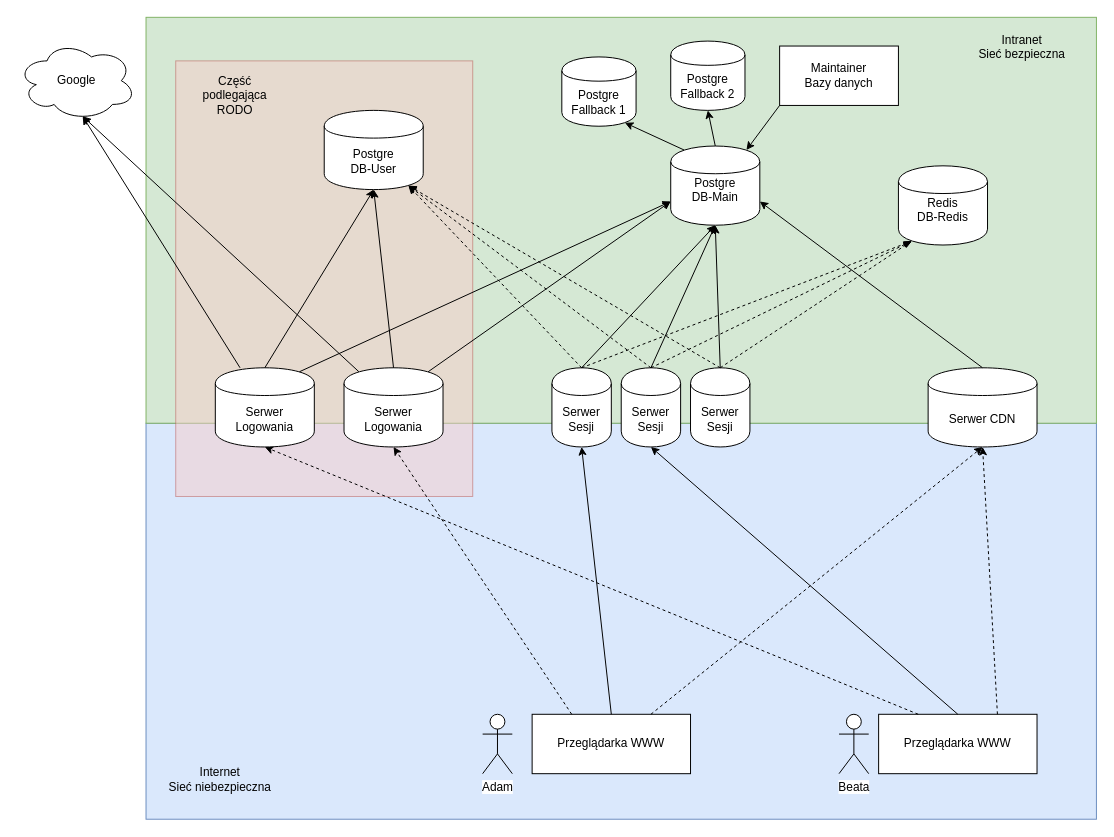
Before: page "Główna" (1 of 4) of docs/architecture.drawio in kacperwnuk/Chat, a draw.io diagram. Source tidied: cells renumbered, new cells numbered last; positions are measured from the earlier drawing's top-left corner, leaving out a move shared by most shapes. Both pictures are drawn from the tidied source at 99%, with x=0, y=0 at pixel (17, 17).
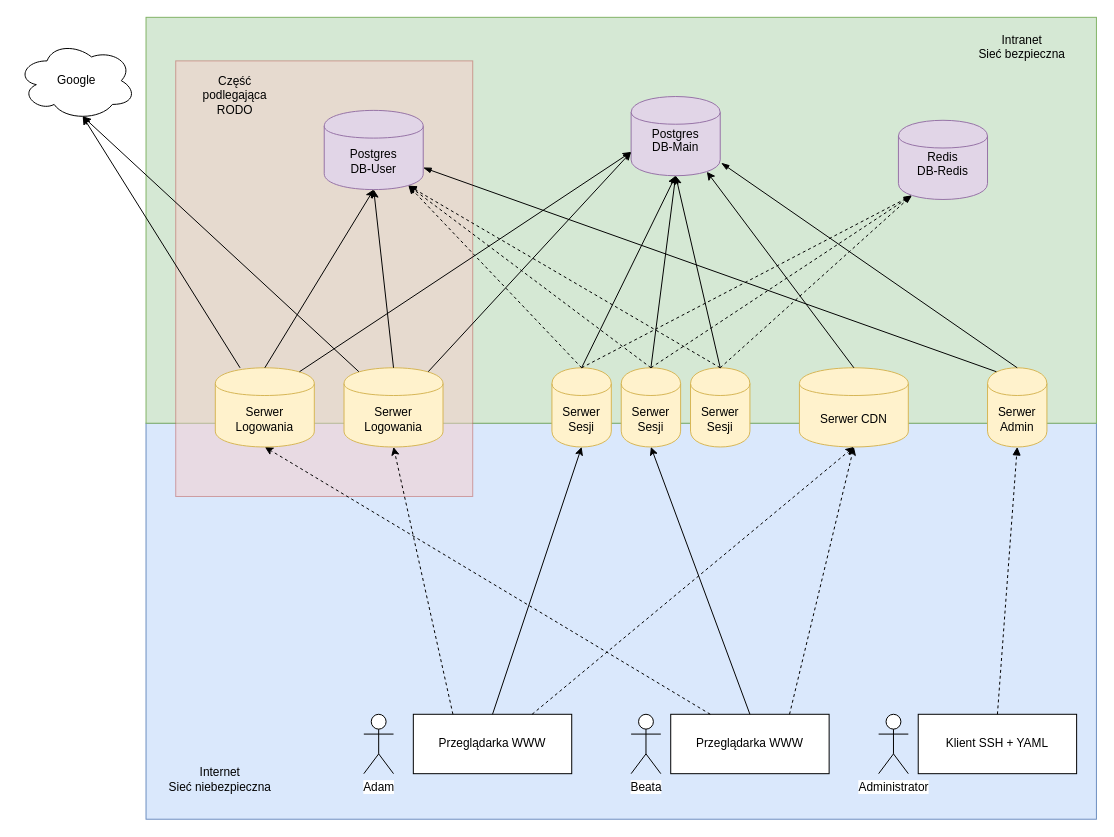
The same page after the edit.

Diff of the diagram source:
```diff
@@
-    <mxCell id="5" value="Serwer&lt;br&gt;Logowania" style="shape=cylinder;whiteSpace=wrap;html=1;boundedLbl=1;backgroundOutline=1;" parent="1" vertex="1">
+    <mxCell id="5" value="Serwer&lt;br&gt;Logowania" style="shape=cylinder;whiteSpace=wrap;html=1;boundedLbl=1;backgroundOutline=1;fillColor=#fff2cc;strokeColor=#d6b656;" parent="1" vertex="1">
       <mxGeometry x="330" y="354" width="100" height="80" as="geometry" />
     </mxCell>
-    <mxCell id="6" value="Serwer Sesji" style="shape=cylinder;whiteSpace=wrap;html=1;boundedLbl=1;backgroundOutline=1;" parent="1" vertex="1">
+    <mxCell id="6" value="Serwer Sesji" style="shape=cylinder;whiteSpace=wrap;html=1;boundedLbl=1;backgroundOutline=1;fillColor=#fff2cc;strokeColor=#d6b656;" parent="1" vertex="1">
       <mxGeometry x="540" y="354" width="60" height="80" as="geometry" />
     </mxCell>
-    <mxCell id="7" value="Serwer CDN" style="shape=cylinder;whiteSpace=wrap;html=1;boundedLbl=1;backgroundOutline=1;" parent="1" vertex="1">
-      <mxGeometry x="920" y="354" width="110" height="80" as="geometry" />
+    <mxCell id="7" value="Serwer CDN" style="shape=cylinder;whiteSpace=wrap;html=1;boundedLbl=1;backgroundOutline=1;fillColor=#fff2cc;strokeColor=#d6b656;" parent="1" vertex="1">
+      <mxGeometry x="790" y="354" width="110" height="80" as="geometry" />
     </mxCell>
-    <mxCell id="8" value="Postgre&lt;br&gt;DB-User" style="shape=cylinder;whiteSpace=wrap;html=1;boundedLbl=1;backgroundOutline=1;" parent="1" vertex="1">
+    <mxCell id="8" value="Postgres&lt;br&gt;DB-User" style="shape=cylinder;whiteSpace=wrap;html=1;boundedLbl=1;backgroundOutline=1;fillColor=#e1d5e7;strokeColor=#9673a6;" parent="1" vertex="1">
       <mxGeometry x="310" y="94" width="100" height="80" as="geometry" />
     </mxCell>
-    <mxCell id="9" value="&lt;span style=&quot;white-space: normal&quot;&gt;Postgre&lt;/span&gt;&lt;br style=&quot;white-space: normal&quot;&gt;&lt;span style=&quot;white-space: normal&quot;&gt;DB-Main&lt;br&gt;&lt;br&gt;&lt;/span&gt;" style="shape=cylinder;whiteSpace=wrap;html=1;boundedLbl=1;backgroundOutline=1;" parent="1" vertex="1">
-      <mxGeometry x="660" y="130" width="90" height="80" as="geometry" />
+    <mxCell id="9" value="&lt;span style=&quot;white-space: normal&quot;&gt;Postgres&lt;/span&gt;&lt;br style=&quot;white-space: normal&quot;&gt;&lt;span style=&quot;white-space: normal&quot;&gt;DB-Main&lt;br&gt;&lt;br&gt;&lt;/span&gt;" style="shape=cylinder;whiteSpace=wrap;html=1;boundedLbl=1;backgroundOutline=1;fillColor=#e1d5e7;strokeColor=#9673a6;" parent="1" vertex="1">
+      <mxGeometry x="620" y="80" width="90" height="80" as="geometry" />
     </mxCell>
     <mxCell id="10" value="Adam" style="shape=umlActor;verticalLabelPosition=bottom;labelBackgroundColor=#ffffff;verticalAlign=top;html=1;" parent="1" vertex="1">
-      <mxGeometry x="470" y="704" width="30" height="60" as="geometry" />
+      <mxGeometry x="350" y="704" width="30" height="60" as="geometry" />
     </mxCell>
     <mxCell id="11" value="Przeglądarka WWW" style="rounded=0;whiteSpace=wrap;html=1;" parent="1" vertex="1">
-      <mxGeometry x="520" y="704" width="160" height="60" as="geometry" />
+      <mxGeometry x="400" y="704" width="160" height="60" as="geometry" />
     </mxCell>
-    <mxCell id="12" value="Serwer Sesji" style="shape=cylinder;whiteSpace=wrap;html=1;boundedLbl=1;backgroundOutline=1;" parent="1" vertex="1">
+    <mxCell id="12" value="Serwer Sesji" style="shape=cylinder;whiteSpace=wrap;html=1;boundedLbl=1;backgroundOutline=1;fillColor=#fff2cc;strokeColor=#d6b656;" parent="1" vertex="1">
       <mxGeometry x="680" y="354" width="60" height="80" as="geometry" />
     </mxCell>
-    <mxCell id="13" value="Serwer Sesji" style="shape=cylinder;whiteSpace=wrap;html=1;boundedLbl=1;backgroundOutline=1;" parent="1" vertex="1">
+    <mxCell id="13" value="Serwer Sesji" style="shape=cylinder;whiteSpace=wrap;html=1;boundedLbl=1;backgroundOutline=1;fillColor=#fff2cc;strokeColor=#d6b656;" parent="1" vertex="1">
       <mxGeometry x="610" y="354" width="60" height="80" as="geometry" />
     </mxCell>
@@
     <mxCell id="21" value="Beata" style="shape=umlActor;verticalLabelPosition=bottom;labelBackgroundColor=#ffffff;verticalAlign=top;html=1;" parent="1" vertex="1">
-      <mxGeometry x="830" y="704" width="30" height="60" as="geometry" />
+      <mxGeometry x="620" y="704" width="30" height="60" as="geometry" />
     </mxCell>
     <mxCell id="22" value="Przeglądarka WWW" style="rounded=0;whiteSpace=wrap;html=1;" parent="1" vertex="1">
-      <mxGeometry x="870" y="704" width="160" height="60" as="geometry" />
+      <mxGeometry x="660" y="704" width="160" height="60" as="geometry" />
     </mxCell>
@@
-    <mxCell id="26" value="Serwer&lt;br&gt;Logowania" style="shape=cylinder;whiteSpace=wrap;html=1;boundedLbl=1;backgroundOutline=1;" parent="1" vertex="1">
+    <mxCell id="26" value="Serwer&lt;br&gt;Logowania" style="shape=cylinder;whiteSpace=wrap;html=1;boundedLbl=1;backgroundOutline=1;fillColor=#fff2cc;strokeColor=#d6b656;" parent="1" vertex="1">
       <mxGeometry x="200" y="354" width="100" height="80" as="geometry" />
     </mxCell>
@@
-    <mxCell id="34" style="endArrow=classic;html=1;entryX=1;entryY=0.7;entryDx=0;entryDy=0;exitX=0.5;exitY=0;exitDx=0;exitDy=0;" parent="1" edge="1" source="7" target="9">
+    <mxCell id="34" style="endArrow=classic;html=1;entryX=0.85;entryY=0.95;entryDx=0;entryDy=0;exitX=0.5;exitY=0;exitDx=0;exitDy=0;entryPerimeter=0;" parent="1" edge="1" source="7" target="9">
       <mxGeometry relative="1" as="geometry" />
     </mxCell>
@@
-    <mxCell id="37" value="Maintainer &lt;br&gt;Bazy danych" style="rounded=0;whiteSpace=wrap;html=1;gradientColor=none;" parent="1" vertex="1">
-      <mxGeometry x="770" y="29" width="120" height="60" as="geometry" />
-    </mxCell>
-    <mxCell id="38" style="endArrow=classic;html=1;exitX=0;exitY=1;exitDx=0;exitDy=0;entryX=0.85;entryY=0.05;entryDx=0;entryDy=0;entryPerimeter=0;" parent="1" edge="1" source="37" target="9">
-      <mxGeometry relative="1" as="geometry" />
-    </mxCell>
-    <mxCell id="39" value="&lt;span style=&quot;white-space: normal&quot;&gt;Postgre&lt;/span&gt;&lt;br style=&quot;white-space: normal&quot;&gt;&lt;span style=&quot;white-space: normal&quot;&gt;Fallback 1&lt;br&gt;&lt;/span&gt;" style="shape=cylinder;whiteSpace=wrap;html=1;boundedLbl=1;backgroundOutline=1;" parent="1" vertex="1">
-      <mxGeometry x="550" y="40" width="75" height="70" as="geometry" />
-    </mxCell>
-    <mxCell id="40" value="&lt;span style=&quot;white-space: normal&quot;&gt;Postgre&lt;/span&gt;&lt;br style=&quot;white-space: normal&quot;&gt;&lt;span style=&quot;white-space: normal&quot;&gt;Fallback 2&lt;br&gt;&lt;/span&gt;" style="shape=cylinder;whiteSpace=wrap;html=1;boundedLbl=1;backgroundOutline=1;" parent="1" vertex="1">
-      <mxGeometry x="660" y="24" width="75" height="70" as="geometry" />
-    </mxCell>
-    <mxCell id="41" style="endArrow=classic;html=1;entryX=0.85;entryY=0.95;entryDx=0;entryDy=0;entryPerimeter=0;exitX=0.15;exitY=0.05;exitDx=0;exitDy=0;exitPerimeter=0;" parent="1" edge="1" source="9" target="39">
-      <mxGeometry relative="1" as="geometry" />
-    </mxCell>
-    <mxCell id="42" style="endArrow=classic;html=1;exitX=0.5;exitY=0;exitDx=0;exitDy=0;entryX=0.5;entryY=1;entryDx=0;entryDy=0;" parent="1" edge="1" source="9" target="40">
-      <mxGeometry relative="1" as="geometry" />
-    </mxCell>
@@
-    <mxCell id="46" value="Redis&lt;br style=&quot;white-space: normal&quot;&gt;&lt;span style=&quot;white-space: normal&quot;&gt;DB-Redis&lt;br&gt;&lt;br&gt;&lt;/span&gt;" style="shape=cylinder;whiteSpace=wrap;html=1;boundedLbl=1;backgroundOutline=1;" parent="1" vertex="1">
-      <mxGeometry x="890" y="150" width="90" height="80" as="geometry" />
+    <mxCell id="46" value="Redis&lt;br style=&quot;white-space: normal&quot;&gt;&lt;span style=&quot;white-space: normal&quot;&gt;DB-Redis&lt;br&gt;&lt;br&gt;&lt;/span&gt;" style="shape=cylinder;whiteSpace=wrap;html=1;boundedLbl=1;backgroundOutline=1;fillColor=#e1d5e7;strokeColor=#9673a6;" parent="1" vertex="1">
+      <mxGeometry x="890" y="104" width="90" height="80" as="geometry" />
     </mxCell>
@@
+    <mxCell id="50" value="Serwer Admin" style="shape=cylinder;whiteSpace=wrap;html=1;boundedLbl=1;backgroundOutline=1;fillColor=#fff2cc;strokeColor=#d6b656;" parent="1" vertex="1">
+      <mxGeometry x="980" y="354" width="60" height="80" as="geometry" />
+    </mxCell>
+    <mxCell id="51" value="Administrator" style="shape=umlActor;verticalLabelPosition=bottom;labelBackgroundColor=#ffffff;verticalAlign=top;html=1;" parent="1" vertex="1">
+      <mxGeometry x="870" y="704" width="30" height="60" as="geometry" />
+    </mxCell>
+    <mxCell id="52" value="Klient SSH + YAML" style="rounded=0;whiteSpace=wrap;html=1;" parent="1" vertex="1">
+      <mxGeometry x="910" y="704" width="160" height="60" as="geometry" />
+    </mxCell>
+    <mxCell id="53" style="endArrow=block;dashed=1;html=1;exitX=0.5;exitY=0;exitDx=0;exitDy=0;entryX=0.5;entryY=1;entryDx=0;entryDy=0;startArrow=none;startFill=0;endFill=1;" parent="1" edge="1" source="52" target="50">
+      <mxGeometry relative="1" as="geometry" />
+    </mxCell>
+    <mxCell id="54" style="endArrow=blockThin;html=1;jumpStyle=none;fixDash=0;endFill=1;exitX=0.5;exitY=0;exitDx=0;exitDy=0;entryX=1.011;entryY=0.838;entryDx=0;entryDy=0;entryPerimeter=0;" parent="1" edge="1" source="50" target="9">
+      <mxGeometry relative="1" as="geometry" />
+    </mxCell>
+    <mxCell id="55" style="endArrow=blockThin;html=1;jumpStyle=none;fixDash=0;endFill=1;exitX=0.15;exitY=0.05;exitDx=0;exitDy=0;exitPerimeter=0;" parent="1" edge="1" source="50" target="8">
+      <mxGeometry relative="1" as="geometry" />
+    </mxCell>
```
